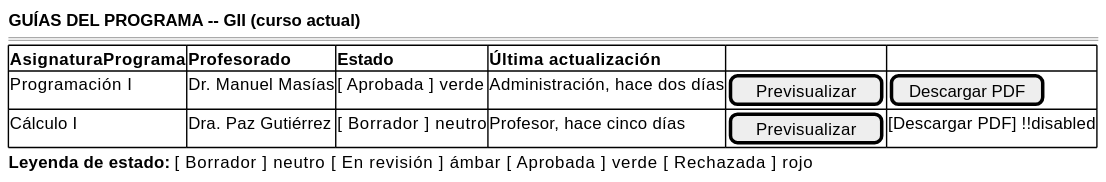
Before: images/RUP/01-requisitos/03-detalle-casos-uso/consultarEstadoGuias/wireframe-admin.svg, a diagram exported from PlantUML (mmasias/pyCeldaPublico).
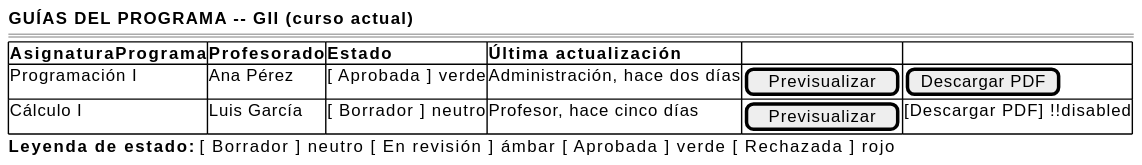
After the change.

Diff of the diagram source:
```diff
@@ -4,8 +4,8 @@
     ====
     {#
         <b>AsignaturaPrograma | <b>Profesorado | <b>Estado | <b>Última actualización | . | .
-        Programación I | Dr. Manuel Masías | [ Aprobada ] verde | Administración, hace dos días | [Previsualizar] | [Descargar PDF]
-        Cálculo I | Dra. Paz Gutiérrez | [ Borrador ] neutro | Profesor, hace cinco días | [Previsualizar] | [Descargar PDF] !!disabled
+        Programación I | Ana Pérez | [ Aprobada ] verde | Administración, hace dos días | [Previsualizar] | [Descargar PDF]
+        Cálculo I | Luis García | [ Borrador ] neutro | Profesor, hace cinco días | [Previsualizar] | [Descargar PDF] !!disabled
     }
     <b>Leyenda de estado:</b> [ Borrador ] neutro   [ En revisión ] ámbar   [ Aprobada ] verde   [ Rechazada ] rojo
 }
```
